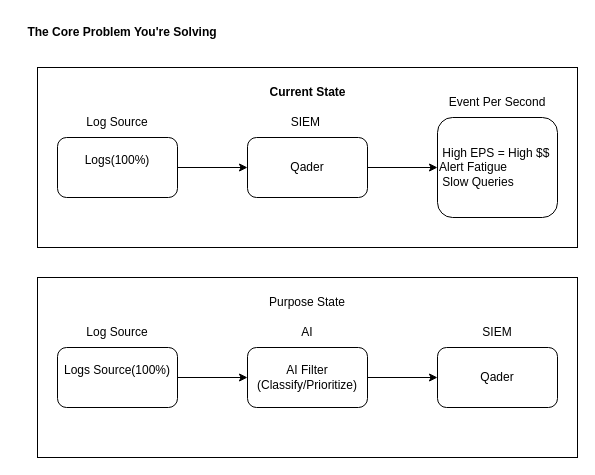
Earlier version of the draw.io diagram page "Core-Problem" (1 of 3) of senior-project.drawio (Jacob-Valor/Database-Design). Source tidied: cells renumbered, new cells numbered last; positions are measured from the earlier drawing's top-left corner, leaving out a move shared by most shapes. Both pictures are drawn from the tidied source at 100%, with x=0, y=0 at pixel (17, 17).
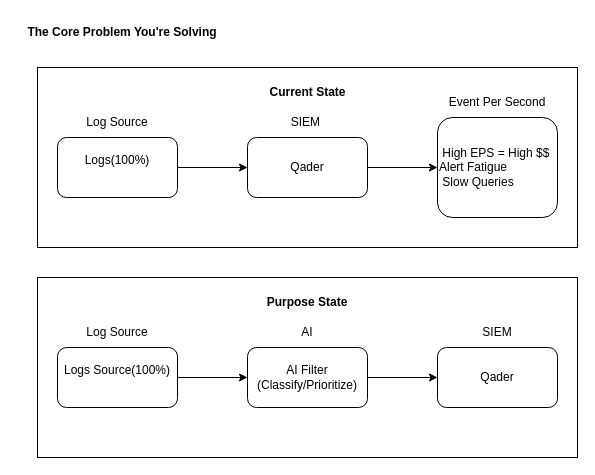
After the change.

Change to the diagram source:
```diff
@@
-    <mxCell id="15" value="&lt;div&gt;Purpose State&lt;/div&gt;" style="text;html=1;whiteSpace=wrap;strokeColor=none;fillColor=none;align=center;verticalAlign=middle;rounded=0;" parent="1" vertex="1">
+    <mxCell id="15" value="&lt;div&gt;&lt;b&gt;Purpose State&lt;/b&gt;&lt;/div&gt;" style="text;html=1;whiteSpace=wrap;strokeColor=none;fillColor=none;align=center;verticalAlign=middle;rounded=0;" parent="1" vertex="1">
       <mxGeometry x="240" y="270" width="100" height="30" as="geometry" />
     </mxCell>
```
